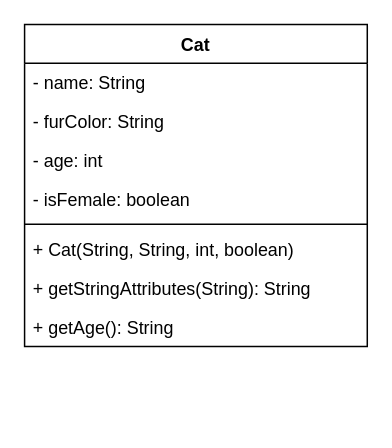
Before: page "CopyCat 1" (3 of 3) of klassendiagramm.drawio in Tinneff/02b_Klassen_Objekte_2, a draw.io diagram. Source tidied: cells renumbered, new cells numbered last; positions are measured from the earlier drawing's top-left corner, leaving out a move shared by most shapes. Both pictures are drawn from the tidied source at 149%, with x=0, y=0 at pixel (24, 24).
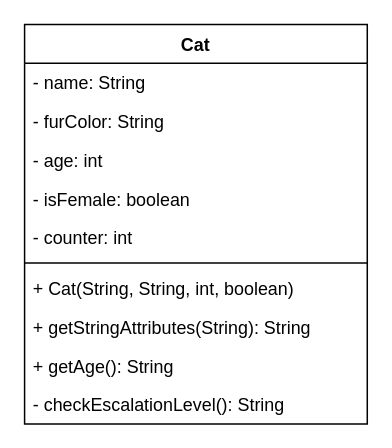
The same diagram, later.

Diff of the diagram source:
```diff
@@
 <mxGraphModel>
   <root>
     <mxCell id="0" />
     <mxCell id="1" parent="0" />
     <mxCell id="2" value="Cat" style="swimlane;fontStyle=1;align=center;verticalAlign=top;horizontal=1;startSize=26;" parent="1" vertex="1">
-      <mxGeometry width="230" height="216" as="geometry" />
+      <mxGeometry width="230" height="268" as="geometry" />
     </mxCell>
     <mxCell id="3" value="- name: String" style="text;strokeColor=none;fillColor=none;align=left;verticalAlign=top;spacingLeft=4;spacingRight=4;overflow=hidden;" parent="2" vertex="1">
       <mxGeometry y="26" width="230" height="26" as="geometry" />
     </mxCell>
     <mxCell id="4" value="- furColor: String" style="text;strokeColor=none;fillColor=none;align=left;verticalAlign=top;spacingLeft=4;spacingRight=4;overflow=hidden;" parent="2" vertex="1">
       <mxGeometry y="52" width="230" height="26" as="geometry" />
     </mxCell>
     <mxCell id="5" value="- age: int" style="text;strokeColor=none;fillColor=none;align=left;verticalAlign=top;spacingLeft=4;spacingRight=4;overflow=hidden;" parent="2" vertex="1">
       <mxGeometry y="78" width="230" height="26" as="geometry" />
     </mxCell>
     <mxCell id="6" value="- isFemale: boolean" style="text;strokeColor=none;fillColor=none;align=left;verticalAlign=top;spacingLeft=4;spacingRight=4;overflow=hidden;" parent="2" vertex="1">
       <mxGeometry y="104" width="230" height="26" as="geometry" />
     </mxCell>
+    <mxCell id="11" value="- counter: int" style="text;strokeColor=none;fillColor=none;align=left;verticalAlign=top;spacingLeft=4;spacingRight=4;overflow=hidden;" parent="2" vertex="1">
+      <mxGeometry y="130" width="230" height="26" as="geometry" />
+    </mxCell>
     <mxCell id="7" style="line;strokeWidth=1;fillColor=none;align=left;verticalAlign=middle;spacingTop=-1;spacingLeft=3;spacingRight=3;labelPosition=right;strokeColor=inherit;" parent="2" vertex="1">
-      <mxGeometry y="130" width="230" height="8" as="geometry" />
+      <mxGeometry y="156" width="230" height="8" as="geometry" />
     </mxCell>
     <mxCell id="8" value="+ Cat(String, String, int, boolean)" style="text;strokeColor=none;fillColor=none;align=left;verticalAlign=top;spacingLeft=4;spacingRight=4;overflow=hidden;" parent="2" vertex="1">
-      <mxGeometry y="138" width="230" height="26" as="geometry" />
+      <mxGeometry y="164" width="230" height="26" as="geometry" />
     </mxCell>
     <mxCell id="9" value="+ getStringAttributes(String): String" style="text;strokeColor=none;fillColor=none;align=left;verticalAlign=top;spacingLeft=4;spacingRight=4;overflow=hidden;" parent="2" vertex="1">
-      <mxGeometry y="164" width="230" height="26" as="geometry" />
+      <mxGeometry y="190" width="230" height="26" as="geometry" />
     </mxCell>
     <mxCell id="10" value="+ getAge(): String" style="text;strokeColor=none;fillColor=none;align=left;verticalAlign=top;spacingLeft=4;spacingRight=4;overflow=hidden;" parent="2" vertex="1">
-      <mxGeometry y="190" width="230" height="26" as="geometry" />
+      <mxGeometry y="216" width="230" height="26" as="geometry" />
     </mxCell>
+    <mxCell id="12" value="- checkEscalationLevel(): String" style="text;strokeColor=none;fillColor=none;align=left;verticalAlign=top;spacingLeft=4;spacingRight=4;overflow=hidden;" parent="2" vertex="1">
+      <mxGeometry y="242" width="230" height="26" as="geometry" />
+    </mxCell>
   </root>
 </mxGraphModel>
```
